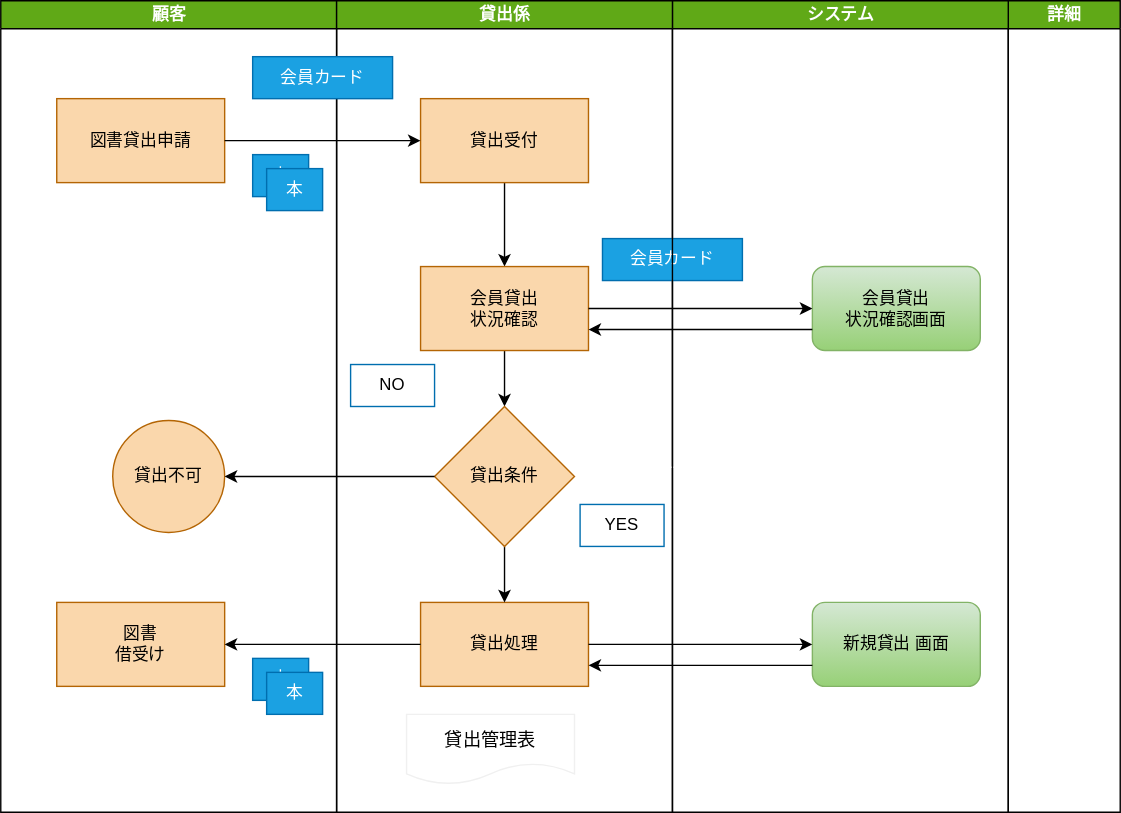
The draw.io diagram 設計書サンプル_hamaya.drawio.svg in oaiSagawa/hamayatest, before a commit. Source tidied: cells renumbered, new cells last; positions are measured from the earlier drawing's top-left corner, leaving out a move shared by most shapes. The source it was exported from:
```xml
<mxGraphModel>
  <root>
    <mxCell id="0" />
    <mxCell id="1" parent="0" />
    <mxCell id="2" value="詳細" style="swimlane;html=1;startSize=20;fillColor=#60a917;fontColor=#ffffff;strokeColor=#000000;" parent="1" vertex="1">
      <mxGeometry x="720" width="80" height="580" as="geometry" />
    </mxCell>
    <mxCell id="3" value="システム" style="swimlane;html=1;startSize=20;fillColor=#60a917;fontColor=#ffffff;strokeColor=#000000;" parent="2" vertex="1">
      <mxGeometry x="-240" width="240" height="580" as="geometry" />
    </mxCell>
    <mxCell id="4" value="&lt;span style=&quot;color: rgb(0 , 0 , 0)&quot;&gt;会員貸出&lt;/span&gt;&lt;br style=&quot;color: rgb(0 , 0 , 0)&quot;&gt;&lt;span style=&quot;color: rgb(0 , 0 , 0)&quot;&gt;状況確認画面&lt;/span&gt;" style="rounded=1;whiteSpace=wrap;html=1;gradientColor=#97d077;fillColor=#d5e8d4;strokeColor=#82b366;" parent="3" vertex="1">
      <mxGeometry x="100" y="190" width="120" height="60" as="geometry" />
    </mxCell>
    <mxCell id="5" value="会員カード" style="rounded=0;whiteSpace=wrap;html=1;fillColor=#1ba1e2;strokeColor=#006EAF;fontColor=#ffffff;" parent="3" vertex="1">
      <mxGeometry x="-50" y="170" width="100" height="30" as="geometry" />
    </mxCell>
    <mxCell id="6" value="&lt;span style=&quot;color: rgb(0 , 0 , 0)&quot;&gt;新規貸出&lt;/span&gt;&lt;span style=&quot;color: rgb(0 , 0 , 0)&quot;&gt;画面&lt;/span&gt;" style="rounded=1;whiteSpace=wrap;html=1;gradientColor=#97d077;fillColor=#d5e8d4;strokeColor=#82b366;" parent="3" vertex="1">
      <mxGeometry x="100" y="430" width="120" height="60" as="geometry" />
    </mxCell>
    <mxCell id="7" value="バーコード、or　RFID読み込み" style="rounded=0;whiteSpace=wrap;html=1;fontColor=#ffffff;fillColor=none;strokeColor=none;" parent="3" vertex="1">
      <mxGeometry x="-20" y="320" width="180" height="30" as="geometry" />
    </mxCell>
    <mxCell id="8" value="顧客" style="swimlane;html=1;startSize=20;fillColor=#60a917;fontColor=#ffffff;strokeColor=#000000;" parent="1" vertex="1">
      <mxGeometry width="240" height="580" as="geometry" />
    </mxCell>
    <mxCell id="9" value="図書貸出申請" style="rounded=0;whiteSpace=wrap;html=1;fillColor=#fad7ac;strokeColor=#b46504;fontColor=#000000;" parent="8" vertex="1">
      <mxGeometry x="40" y="70" width="120" height="60" as="geometry" />
    </mxCell>
    <mxCell id="10" value="図書&lt;br&gt;借受け" style="rounded=0;whiteSpace=wrap;html=1;fillColor=#fad7ac;strokeColor=#b46504;fontColor=#000000;" parent="8" vertex="1">
      <mxGeometry x="40" y="430" width="120" height="60" as="geometry" />
    </mxCell>
    <mxCell id="11" value="貸出不可" style="ellipse;whiteSpace=wrap;html=1;strokeColor=#b46504;fillColor=#fad7ac;fontColor=#000000;" parent="8" vertex="1">
      <mxGeometry x="80" y="300" width="80" height="80" as="geometry" />
    </mxCell>
    <mxCell id="12" style="group;" parent="8" vertex="1">
      <mxGeometry x="180" y="470" width="50" height="40" as="geometry" />
    </mxCell>
    <mxCell id="13" style="group;" parent="12" vertex="1">
      <mxGeometry width="50" height="40" as="geometry" />
    </mxCell>
    <mxCell id="14" value="本" style="rounded=0;whiteSpace=wrap;html=1;fillColor=#1ba1e2;strokeColor=#006EAF;fontColor=#ffffff;" parent="13" vertex="1">
      <mxGeometry width="40" height="30" as="geometry" />
    </mxCell>
    <mxCell id="15" value="本" style="rounded=0;whiteSpace=wrap;html=1;fillColor=#1ba1e2;strokeColor=#006EAF;fontColor=#ffffff;" parent="13" vertex="1">
      <mxGeometry x="10" y="10" width="40" height="30" as="geometry" />
    </mxCell>
    <mxCell id="16" value="（b)" style="rounded=0;whiteSpace=wrap;html=1;fontColor=#ffffff;fillColor=none;strokeColor=none;fontSize=22;fontStyle=1;" parent="8" vertex="1">
      <mxGeometry x="110" y="245" width="50" height="45" as="geometry" />
    </mxCell>
    <mxCell id="17" value="貸出係" style="swimlane;html=1;startSize=20;fillColor=#60a917;fontColor=#ffffff;swimlaneFillColor=none;strokeColor=#000000;" parent="1" vertex="1">
      <mxGeometry x="240" width="240" height="580" as="geometry" />
    </mxCell>
    <mxCell id="18" style="edgeStyle=orthogonalEdgeStyle;rounded=0;jettySize=auto;html=1;entryX=0.5;entryY=0;entryDx=0;entryDy=0;fontColor=#000000;" parent="17" edge="1" source="19" target="21">
      <mxGeometry relative="1" as="geometry" />
    </mxCell>
    <mxCell id="19" value="貸出受付" style="rounded=0;whiteSpace=wrap;html=1;fillColor=#fad7ac;strokeColor=#b46504;fontColor=#000000;" parent="17" vertex="1">
      <mxGeometry x="60" y="70" width="120" height="60" as="geometry" />
    </mxCell>
    <mxCell id="20" style="edgeStyle=orthogonalEdgeStyle;rounded=0;jettySize=auto;html=1;entryX=0.5;entryY=0;entryDx=0;entryDy=0;fontSize=22;fontColor=#000000;" parent="17" edge="1" source="21" target="26">
      <mxGeometry relative="1" as="geometry" />
    </mxCell>
    <mxCell id="21" value="会員貸出&lt;br&gt;状況確認" style="rounded=0;whiteSpace=wrap;html=1;fillColor=#fad7ac;strokeColor=#b46504;fontColor=#000000;" parent="17" vertex="1">
      <mxGeometry x="60" y="190" width="120" height="60" as="geometry" />
    </mxCell>
    <mxCell id="22" value="貸出処理" style="rounded=0;whiteSpace=wrap;html=1;fillColor=#fad7ac;strokeColor=#b46504;fontColor=#000000;" parent="17" vertex="1">
      <mxGeometry x="60" y="430" width="120" height="60" as="geometry" />
    </mxCell>
    <mxCell id="23" value="会員カード" style="rounded=0;whiteSpace=wrap;html=1;fillColor=#1ba1e2;strokeColor=#006EAF;fontColor=#ffffff;" parent="17" vertex="1">
      <mxGeometry x="-60" y="40" width="100" height="30" as="geometry" />
    </mxCell>
    <mxCell id="24" value="本" style="rounded=0;whiteSpace=wrap;html=1;fillColor=#1ba1e2;strokeColor=#006EAF;fontColor=#ffffff;" parent="17" vertex="1">
      <mxGeometry x="-60" y="110" width="40" height="30" as="geometry" />
    </mxCell>
    <mxCell id="25" style="edgeStyle=orthogonalEdgeStyle;rounded=0;jettySize=auto;html=1;entryX=0.5;entryY=0;entryDx=0;entryDy=0;fontSize=22;fontColor=#000000;" parent="17" edge="1" source="26" target="22">
      <mxGeometry relative="1" as="geometry" />
    </mxCell>
    <mxCell id="26" value="貸出条件" style="rhombus;whiteSpace=wrap;html=1;fillColor=#fad7ac;strokeColor=#b46504;fontColor=#000000;" parent="17" vertex="1">
      <mxGeometry x="70" y="290" width="100" height="100" as="geometry" />
    </mxCell>
    <mxCell id="27" value="（a)" style="rounded=0;whiteSpace=wrap;html=1;fontColor=#ffffff;fillColor=none;strokeColor=none;fontSize=22;fontStyle=1;" parent="17" vertex="1">
      <mxGeometry x="174" y="257.5" width="50" height="45" as="geometry" />
    </mxCell>
    <mxCell id="28" style="group;" parent="17" vertex="1">
      <mxGeometry x="10" y="260" width="60" height="60" as="geometry" />
    </mxCell>
    <mxCell id="29" value="NO" style="rounded=0;whiteSpace=wrap;html=1;strokeColor=#006EAF;fillColor=#FFFFFF;fontColor=#000000;" parent="28" vertex="1">
      <mxGeometry width="60" height="30" as="geometry" />
    </mxCell>
    <mxCell id="30" value="5%" style="rounded=0;whiteSpace=wrap;html=1;fontColor=#ffffff;fillColor=none;strokeColor=none;" parent="28" vertex="1">
      <mxGeometry y="30" width="60" height="30" as="geometry" />
    </mxCell>
    <mxCell id="31" style="group;" parent="17" vertex="1">
      <mxGeometry x="174" y="360" width="60" height="60" as="geometry" />
    </mxCell>
    <mxCell id="32" value="YES" style="rounded=0;whiteSpace=wrap;html=1;strokeColor=#006EAF;fillColor=#FFFFFF;fontColor=#000000;" parent="31" vertex="1">
      <mxGeometry width="60" height="30" as="geometry" />
    </mxCell>
    <mxCell id="33" value="95%" style="rounded=0;whiteSpace=wrap;html=1;fontColor=#ffffff;fillColor=none;strokeColor=none;" parent="31" vertex="1">
      <mxGeometry y="30" width="60" height="30" as="geometry" />
    </mxCell>
    <mxCell id="34" value="貸出管理表" style="shape=document;whiteSpace=wrap;html=1;boundedLbl=1;strokeColor=#f0f0f0;fillColor=#FFFFFF;fontSize=13;fontColor=#000000;" parent="17" vertex="1">
      <mxGeometry x="50" y="510" width="120" height="50" as="geometry" />
    </mxCell>
    <mxCell id="35" value="（ｃ)" style="rounded=0;whiteSpace=wrap;html=1;fontColor=#ffffff;fillColor=none;strokeColor=none;fontSize=22;fontStyle=1;" parent="17" vertex="1">
      <mxGeometry x="15" y="385" width="50" height="45" as="geometry" />
    </mxCell>
    <mxCell id="36" value="本" style="rounded=0;whiteSpace=wrap;html=1;fillColor=#1ba1e2;strokeColor=#006EAF;fontColor=#ffffff;" parent="1" vertex="1">
      <mxGeometry x="190" y="120" width="40" height="30" as="geometry" />
    </mxCell>
    <mxCell id="37" style="edgeStyle=orthogonalEdgeStyle;rounded=0;jettySize=auto;html=1;entryX=0;entryY=0.5;entryDx=0;entryDy=0;fontColor=#000000;" parent="1" edge="1" source="21" target="4">
      <mxGeometry relative="1" as="geometry" />
    </mxCell>
    <mxCell id="38" style="endArrow=classic;html=1;fontColor=#000000;exitX=0;exitY=0.75;exitDx=0;exitDy=0;entryX=1;entryY=0.75;entryDx=0;entryDy=0;" parent="1" edge="1" source="4" target="21">
      <mxGeometry relative="1" as="geometry" />
    </mxCell>
    <mxCell id="39" style="edgeStyle=orthogonalEdgeStyle;rounded=0;jettySize=auto;html=1;fontColor=#000000;" parent="1" edge="1" source="22" target="6">
      <mxGeometry relative="1" as="geometry" />
    </mxCell>
    <mxCell id="40" style="endArrow=classic;html=1;fontColor=#000000;exitX=0;exitY=0.75;exitDx=0;exitDy=0;entryX=1;entryY=0.75;entryDx=0;entryDy=0;" parent="1" edge="1" source="6" target="22">
      <mxGeometry relative="1" as="geometry" />
    </mxCell>
    <mxCell id="41" style="edgeStyle=orthogonalEdgeStyle;rounded=0;jettySize=auto;html=1;fontColor=#000000;entryX=1;entryY=0.5;entryDx=0;entryDy=0;" parent="1" edge="1" source="26" target="11">
      <mxGeometry relative="1" as="geometry" />
    </mxCell>
    <mxCell id="42" style="edgeStyle=orthogonalEdgeStyle;rounded=0;jettySize=auto;html=1;entryX=1;entryY=0.5;entryDx=0;entryDy=0;fontSize=22;fontColor=#000000;" parent="1" edge="1" source="22" target="10">
      <mxGeometry relative="1" as="geometry" />
    </mxCell>
    <mxCell id="43" style="edgeStyle=orthogonalEdgeStyle;rounded=0;jettySize=auto;html=1;entryX=0;entryY=0.5;entryDx=0;entryDy=0;fontSize=22;fontColor=#000000;" parent="1" edge="1" source="9" target="19">
      <mxGeometry relative="1" as="geometry" />
    </mxCell>
  </root>
</mxGraphModel>
```
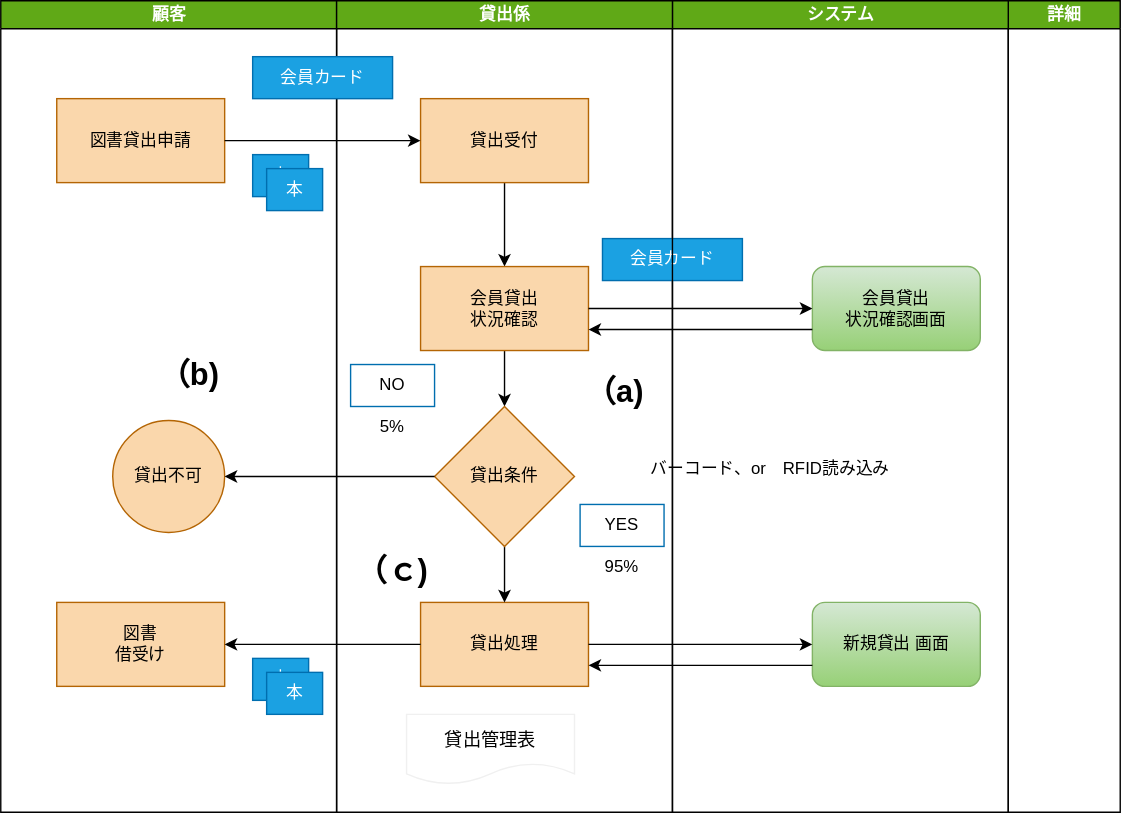
After the change.

The edit, as a diff of the source:
```diff
@@ -17,7 +17,7 @@
     <mxCell id="6" value="&lt;span style=&quot;color: rgb(0 , 0 , 0)&quot;&gt;新規貸出&lt;/span&gt;&lt;span style=&quot;color: rgb(0 , 0 , 0)&quot;&gt;画面&lt;/span&gt;" style="rounded=1;whiteSpace=wrap;html=1;gradientColor=#97d077;fillColor=#d5e8d4;strokeColor=#82b366;" parent="3" vertex="1">
       <mxGeometry x="100" y="430" width="120" height="60" as="geometry" />
     </mxCell>
-    <mxCell id="7" value="バーコード、or　RFID読み込み" style="rounded=0;whiteSpace=wrap;html=1;fontColor=#ffffff;fillColor=none;strokeColor=none;" parent="3" vertex="1">
+    <mxCell id="7" value="バーコード、or　RFID読み込み" style="rounded=0;whiteSpace=wrap;html=1;fillColor=none;strokeColor=none;fontColor=#000000;" parent="3" vertex="1">
       <mxGeometry x="-20" y="320" width="180" height="30" as="geometry" />
     </mxCell>
     <mxCell id="8" value="顧客" style="swimlane;html=1;startSize=20;fillColor=#60a917;fontColor=#ffffff;strokeColor=#000000;" parent="1" vertex="1">
@@ -44,7 +44,7 @@
     <mxCell id="15" value="本" style="rounded=0;whiteSpace=wrap;html=1;fillColor=#1ba1e2;strokeColor=#006EAF;fontColor=#ffffff;" parent="13" vertex="1">
       <mxGeometry x="10" y="10" width="40" height="30" as="geometry" />
     </mxCell>
-    <mxCell id="16" value="（b)" style="rounded=0;whiteSpace=wrap;html=1;fontColor=#ffffff;fillColor=none;strokeColor=none;fontSize=22;fontStyle=1;" parent="8" vertex="1">
+    <mxCell id="16" value="（b)" style="rounded=0;whiteSpace=wrap;html=1;fillColor=none;strokeColor=none;fontSize=22;fontStyle=1;fontColor=#000000;" parent="8" vertex="1">
       <mxGeometry x="110" y="245" width="50" height="45" as="geometry" />
     </mxCell>
     <mxCell id="17" value="貸出係" style="swimlane;html=1;startSize=20;fillColor=#60a917;fontColor=#ffffff;swimlaneFillColor=none;strokeColor=#000000;" parent="1" vertex="1">
@@ -77,31 +77,31 @@
     <mxCell id="26" value="貸出条件" style="rhombus;whiteSpace=wrap;html=1;fillColor=#fad7ac;strokeColor=#b46504;fontColor=#000000;" parent="17" vertex="1">
       <mxGeometry x="70" y="290" width="100" height="100" as="geometry" />
     </mxCell>
-    <mxCell id="27" value="（a)" style="rounded=0;whiteSpace=wrap;html=1;fontColor=#ffffff;fillColor=none;strokeColor=none;fontSize=22;fontStyle=1;" parent="17" vertex="1">
+    <mxCell id="27" value="（a)" style="rounded=0;whiteSpace=wrap;html=1;fillColor=none;strokeColor=none;fontSize=22;fontStyle=1;fontColor=#000000;" parent="17" vertex="1">
       <mxGeometry x="174" y="257.5" width="50" height="45" as="geometry" />
     </mxCell>
-    <mxCell id="28" style="group;" parent="17" vertex="1">
+    <mxCell id="28" style="group;fontColor=#000000;" parent="17" vertex="1">
       <mxGeometry x="10" y="260" width="60" height="60" as="geometry" />
     </mxCell>
     <mxCell id="29" value="NO" style="rounded=0;whiteSpace=wrap;html=1;strokeColor=#006EAF;fillColor=#FFFFFF;fontColor=#000000;" parent="28" vertex="1">
       <mxGeometry width="60" height="30" as="geometry" />
     </mxCell>
-    <mxCell id="30" value="5%" style="rounded=0;whiteSpace=wrap;html=1;fontColor=#ffffff;fillColor=none;strokeColor=none;" parent="28" vertex="1">
+    <mxCell id="30" value="5%" style="rounded=0;whiteSpace=wrap;html=1;fillColor=none;strokeColor=none;fontColor=#000000;" parent="28" vertex="1">
       <mxGeometry y="30" width="60" height="30" as="geometry" />
     </mxCell>
-    <mxCell id="31" style="group;" parent="17" vertex="1">
+    <mxCell id="31" style="group;fontColor=#000000;" parent="17" vertex="1">
       <mxGeometry x="174" y="360" width="60" height="60" as="geometry" />
     </mxCell>
     <mxCell id="32" value="YES" style="rounded=0;whiteSpace=wrap;html=1;strokeColor=#006EAF;fillColor=#FFFFFF;fontColor=#000000;" parent="31" vertex="1">
       <mxGeometry width="60" height="30" as="geometry" />
     </mxCell>
-    <mxCell id="33" value="95%" style="rounded=0;whiteSpace=wrap;html=1;fontColor=#ffffff;fillColor=none;strokeColor=none;" parent="31" vertex="1">
+    <mxCell id="33" value="&lt;font color=&quot;#000000&quot;&gt;95%&lt;/font&gt;" style="rounded=0;whiteSpace=wrap;html=1;fontColor=#ffffff;fillColor=none;strokeColor=none;" parent="31" vertex="1">
       <mxGeometry y="30" width="60" height="30" as="geometry" />
     </mxCell>
     <mxCell id="34" value="貸出管理表" style="shape=document;whiteSpace=wrap;html=1;boundedLbl=1;strokeColor=#f0f0f0;fillColor=#FFFFFF;fontSize=13;fontColor=#000000;" parent="17" vertex="1">
       <mxGeometry x="50" y="510" width="120" height="50" as="geometry" />
     </mxCell>
-    <mxCell id="35" value="（ｃ)" style="rounded=0;whiteSpace=wrap;html=1;fontColor=#ffffff;fillColor=none;strokeColor=none;fontSize=22;fontStyle=1;" parent="17" vertex="1">
+    <mxCell id="35" value="（ｃ)" style="rounded=0;whiteSpace=wrap;html=1;fillColor=none;strokeColor=none;fontSize=22;fontStyle=1;fontColor=#000000;" parent="17" vertex="1">
       <mxGeometry x="15" y="385" width="50" height="45" as="geometry" />
     </mxCell>
     <mxCell id="36" value="本" style="rounded=0;whiteSpace=wrap;html=1;fillColor=#1ba1e2;strokeColor=#006EAF;fontColor=#ffffff;" parent="1" vertex="1">
```
